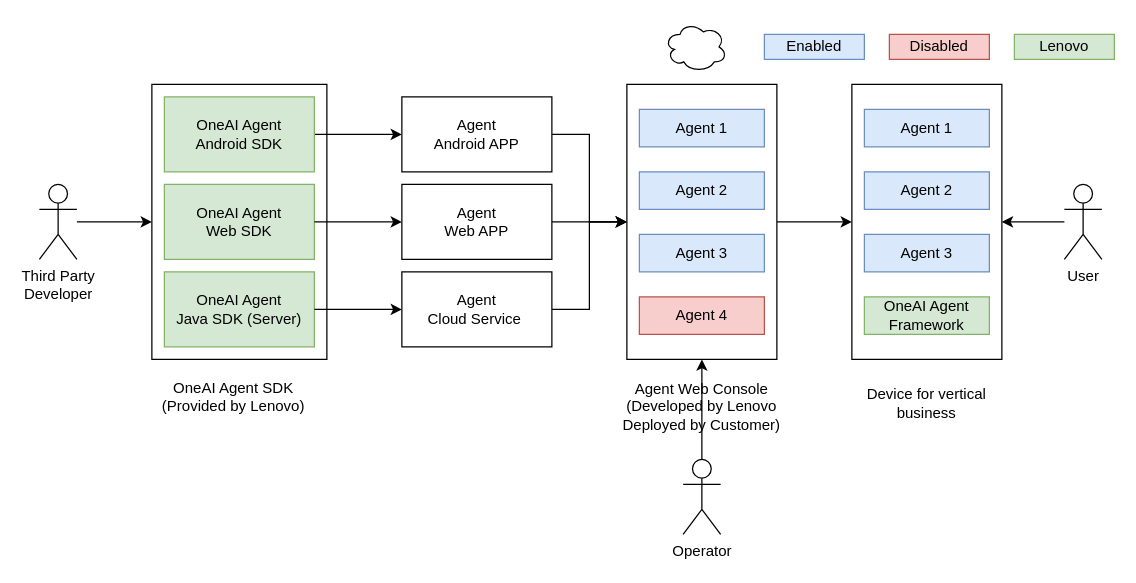
Earlier version of the draw.io diagram 未命名绘图.drawio (luoyingwen/httptool). Source tidied: cells renumbered, new cells numbered last; positions are measured from the earlier drawing's top-left corner, leaving out a move shared by most shapes. Both pictures are drawn from the tidied source at 125%, with x=0, y=0 at pixel (39, 21).
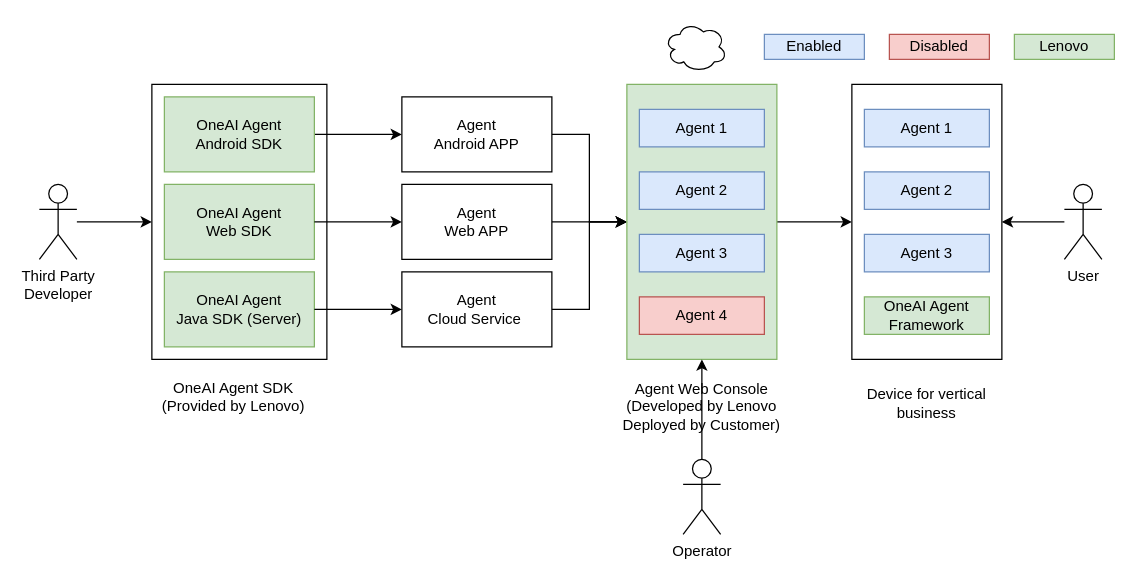
Above is the later version.

Commit message:
更新未命名绘图.drawio

The edit, as a diff of the source:
```diff
@@
-    <mxCell id="20" style="rounded=0;whiteSpace=wrap;html=1;" parent="1" vertex="1">
+    <mxCell id="20" style="rounded=0;whiteSpace=wrap;html=1;fillColor=#d5e8d4;strokeColor=#82b366;" parent="1" vertex="1">
       <mxGeometry x="470" y="50" width="120" height="220" as="geometry" />
     </mxCell>
```
